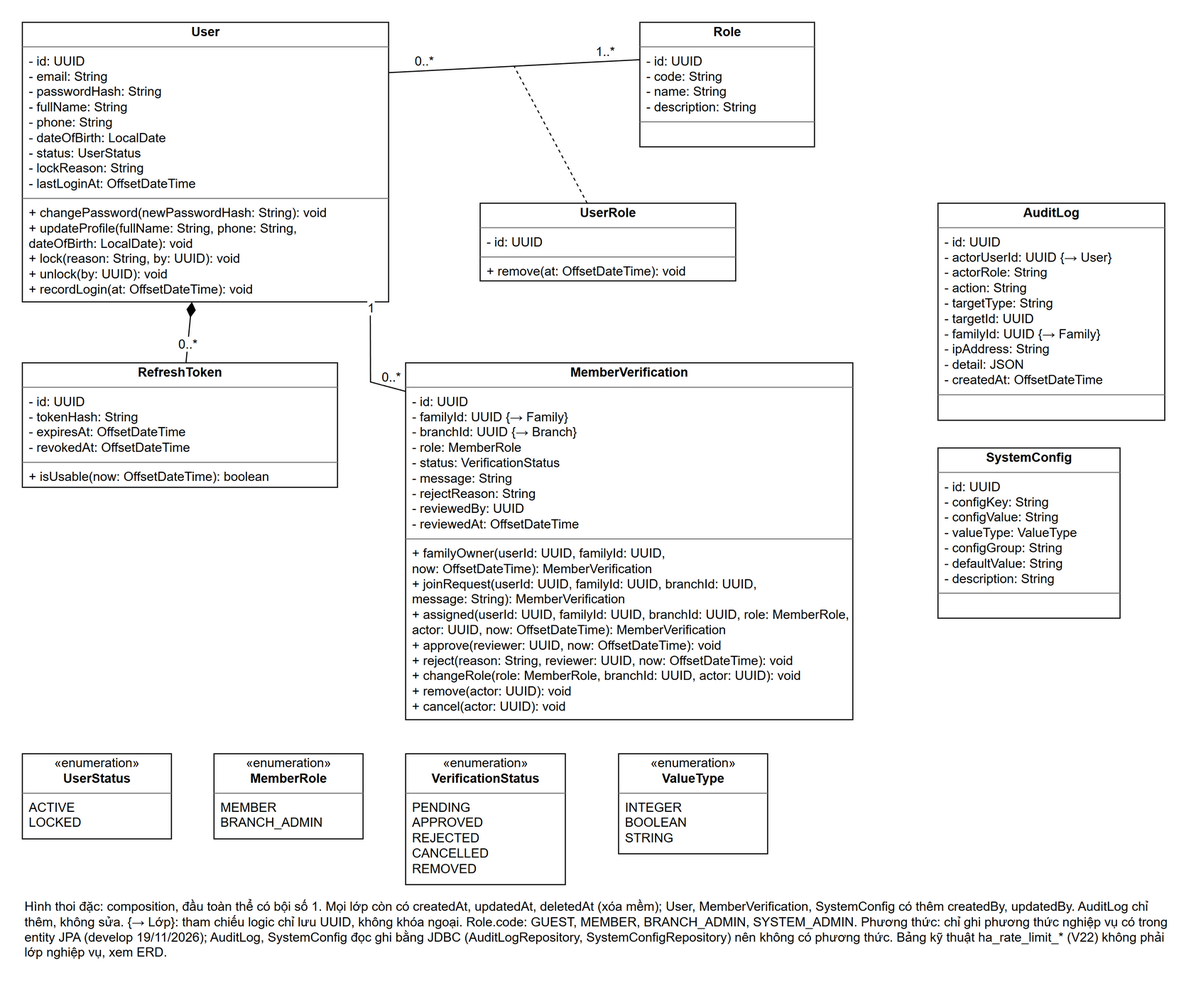
Earlier version of the draw.io export docs/images/class-auth.drawio.png (ngthanhtuann/ai-powered-digital-family-community-platform). Source tidied: cells renumbered, new cells last; positions are measured from the earlier drawing's top-left corner, leaving out a move shared by most shapes. Its diagram source:
```xml
<mxGraphModel background="#FFFFFF">
  <root>
    <mxCell id="0" />
    <mxCell id="1" parent="0" />
    <mxCell id="2" value="&lt;p style=&quot;margin:2px 0 0 0;text-align:center&quot;&gt;&lt;b&gt;User&lt;/b&gt;&lt;/p&gt;&lt;hr size=&quot;1&quot; style=&quot;border-style:solid;&quot;/&gt;&lt;p style=&quot;margin:2px 0 2px 6px&quot;&gt;- id: UUID&lt;br&gt;- email: String&lt;br&gt;- passwordHash: String&lt;br&gt;- fullName: String&lt;br&gt;- phone: String&lt;br&gt;- dateOfBirth: LocalDate&lt;br&gt;- status: UserStatus&lt;br&gt;- lockReason: String&lt;br&gt;- lastLoginAt: OffsetDateTime&lt;/p&gt;&lt;hr size=&quot;1&quot; style=&quot;border-style:solid;&quot;/&gt;&lt;p style=&quot;margin:2px 0 2px 6px&quot;&gt;+ changePassword(newPasswordHash: String): void&lt;br&gt;+ updateProfile(fullName: String, phone: String,&lt;br&gt;      dateOfBirth: LocalDate): void&lt;br&gt;+ lock(reason: String, by: UUID): void&lt;br&gt;+ unlock(by: UUID): void&lt;br&gt;+ recordLogin(at: OffsetDateTime): void&lt;/p&gt;" style="verticalAlign=top;align=left;overflow=fill;html=1;whiteSpace=nowrap;fillColor=#FFFFFF;strokeColor=#000000;fontFamily=Arial;fontSize=12;fontColor=#000000;" parent="1" vertex="1">
      <mxGeometry width="344" height="262.7" as="geometry" />
    </mxCell>
    <mxCell id="3" value="&lt;p style=&quot;margin:2px 0 0 0;text-align:center&quot;&gt;&lt;b&gt;Role&lt;/b&gt;&lt;/p&gt;&lt;hr size=&quot;1&quot; style=&quot;border-style:solid;&quot;/&gt;&lt;p style=&quot;margin:2px 0 2px 6px&quot;&gt;- id: UUID&lt;br&gt;- code: String&lt;br&gt;- name: String&lt;br&gt;- description: String&lt;/p&gt;&lt;hr size=&quot;1&quot; style=&quot;border-style:solid;&quot;/&gt;&lt;p style=&quot;margin:2px 0 2px 6px&quot;&gt;&amp;nbsp;&lt;/p&gt;" style="verticalAlign=top;align=left;overflow=fill;html=1;whiteSpace=nowrap;fillColor=#FFFFFF;strokeColor=#000000;fontFamily=Arial;fontSize=12;fontColor=#000000;" parent="1" vertex="1">
      <mxGeometry x="580" width="164" height="117" as="geometry" />
    </mxCell>
    <mxCell id="4" value="&lt;p style=&quot;margin:2px 0 0 0;text-align:center&quot;&gt;&lt;b&gt;UserRole&lt;/b&gt;&lt;/p&gt;&lt;hr size=&quot;1&quot; style=&quot;border-style:solid;&quot;/&gt;&lt;p style=&quot;margin:2px 0 2px 6px&quot;&gt;- id: UUID&lt;/p&gt;&lt;hr size=&quot;1&quot; style=&quot;border-style:solid;&quot;/&gt;&lt;p style=&quot;margin:2px 0 2px 6px&quot;&gt;+ remove(at: OffsetDateTime): void&lt;/p&gt;" style="verticalAlign=top;align=left;overflow=fill;html=1;whiteSpace=nowrap;fillColor=#FFFFFF;strokeColor=#000000;fontFamily=Arial;fontSize=12;fontColor=#000000;" parent="1" vertex="1">
      <mxGeometry x="430" y="170" width="240" height="73" as="geometry" />
    </mxCell>
    <mxCell id="5" value="&lt;p style=&quot;margin:2px 0 0 0;text-align:center&quot;&gt;&lt;b&gt;RefreshToken&lt;/b&gt;&lt;/p&gt;&lt;hr size=&quot;1&quot; style=&quot;border-style:solid;&quot;/&gt;&lt;p style=&quot;margin:2px 0 2px 6px&quot;&gt;- id: UUID&lt;br&gt;- tokenHash: String&lt;br&gt;- expiresAt: OffsetDateTime&lt;br&gt;- revokedAt: OffsetDateTime&lt;/p&gt;&lt;hr size=&quot;1&quot; style=&quot;border-style:solid;&quot;/&gt;&lt;p style=&quot;margin:2px 0 2px 6px&quot;&gt;+ isUsable(now: OffsetDateTime): boolean&lt;/p&gt;" style="verticalAlign=top;align=left;overflow=fill;html=1;whiteSpace=nowrap;fillColor=#FFFFFF;strokeColor=#000000;fontFamily=Arial;fontSize=12;fontColor=#000000;" parent="1" vertex="1">
      <mxGeometry y="320" width="296" height="117" as="geometry" />
    </mxCell>
    <mxCell id="6" value="&lt;p style=&quot;margin:2px 0 0 0;text-align:center&quot;&gt;&lt;b&gt;MemberVerification&lt;/b&gt;&lt;/p&gt;&lt;hr size=&quot;1&quot; style=&quot;border-style:solid;&quot;/&gt;&lt;p style=&quot;margin:2px 0 2px 6px&quot;&gt;- id: UUID&lt;br&gt;- familyId: UUID {→ Family}&lt;br&gt;- branchId: UUID {→ Branch}&lt;br&gt;- role: MemberRole&lt;br&gt;- status: VerificationStatus&lt;br&gt;- message: String&lt;br&gt;- rejectReason: String&lt;br&gt;- reviewedBy: UUID&lt;br&gt;- reviewedAt: OffsetDateTime&lt;/p&gt;&lt;hr size=&quot;1&quot; style=&quot;border-style:solid;&quot;/&gt;&lt;p style=&quot;margin:2px 0 2px 6px&quot;&gt;+ familyOwner(userId: UUID, familyId: UUID,&lt;br&gt;      now: OffsetDateTime): MemberVerification&lt;br&gt;+ joinRequest(userId: UUID, familyId: UUID, branchId: UUID,&lt;br&gt;      message: String): MemberVerification&lt;br&gt;+ assigned(userId: UUID, familyId: UUID, branchId: UUID, role: MemberRole,&lt;br&gt;      actor: UUID, now: OffsetDateTime): MemberVerification&lt;br&gt;+ approve(reviewer: UUID, now: OffsetDateTime): void&lt;br&gt;+ reject(reason: String, reviewer: UUID, now: OffsetDateTime): void&lt;br&gt;+ changeRole(role: MemberRole, branchId: UUID, actor: UUID): void&lt;br&gt;+ remove(actor: UUID): void&lt;br&gt;+ cancel(actor: UUID): void&lt;/p&gt;" style="verticalAlign=top;align=left;overflow=fill;html=1;whiteSpace=nowrap;fillColor=#FFFFFF;strokeColor=#000000;fontFamily=Arial;fontSize=12;fontColor=#000000;" parent="1" vertex="1">
      <mxGeometry x="360" y="320" width="420" height="335.4" as="geometry" />
    </mxCell>
    <mxCell id="7" value="&lt;p style=&quot;margin:2px 0 0 0;text-align:center&quot;&gt;&lt;b&gt;AuditLog&lt;/b&gt;&lt;/p&gt;&lt;hr size=&quot;1&quot; style=&quot;border-style:solid;&quot;/&gt;&lt;p style=&quot;margin:2px 0 2px 6px&quot;&gt;- id: UUID&lt;br&gt;- actorUserId: UUID {→ User}&lt;br&gt;- actorRole: String&lt;br&gt;- action: String&lt;br&gt;- targetType: String&lt;br&gt;- targetId: UUID&lt;br&gt;- familyId: UUID {→ Family}&lt;br&gt;- ipAddress: String&lt;br&gt;- detail: JSON&lt;br&gt;- createdAt: OffsetDateTime&lt;/p&gt;&lt;hr size=&quot;1&quot; style=&quot;border-style:solid;&quot;/&gt;&lt;p style=&quot;margin:2px 0 2px 6px&quot;&gt;&amp;nbsp;&lt;/p&gt;" style="verticalAlign=top;align=left;overflow=fill;html=1;whiteSpace=nowrap;fillColor=#FFFFFF;strokeColor=#000000;fontFamily=Arial;fontSize=12;fontColor=#000000;" parent="1" vertex="1">
      <mxGeometry x="860" y="170" width="213" height="204" as="geometry" />
    </mxCell>
    <mxCell id="8" value="&lt;p style=&quot;margin:2px 0 0 0;text-align:center&quot;&gt;&lt;b&gt;SystemConfig&lt;/b&gt;&lt;/p&gt;&lt;hr size=&quot;1&quot; style=&quot;border-style:solid;&quot;/&gt;&lt;p style=&quot;margin:2px 0 2px 6px&quot;&gt;- id: UUID&lt;br&gt;- configKey: String&lt;br&gt;- configValue: String&lt;br&gt;- valueType: ValueType&lt;br&gt;- configGroup: String&lt;br&gt;- defaultValue: String&lt;br&gt;- description: String&lt;/p&gt;&lt;hr size=&quot;1&quot; style=&quot;border-style:solid;&quot;/&gt;&lt;p style=&quot;margin:2px 0 2px 6px&quot;&gt;&amp;nbsp;&lt;/p&gt;" style="verticalAlign=top;align=left;overflow=fill;html=1;whiteSpace=nowrap;fillColor=#FFFFFF;strokeColor=#000000;fontFamily=Arial;fontSize=12;fontColor=#000000;" parent="1" vertex="1">
      <mxGeometry x="860" y="400" width="171" height="160" as="geometry" />
    </mxCell>
    <mxCell id="9" style="html=1;rounded=0;labelBackgroundColor=#FFFFFF;endSize=12;strokeColor=#000000;fontFamily=Arial;fontSize=12;fontColor=#000000;endArrow=none;exitX=1;exitY=0.18;exitDx=0;exitDy=0;entryX=0;entryY=0.3;entryDx=0;entryDy=0;" parent="1" edge="1" source="2" target="3">
      <mxGeometry relative="1" as="geometry" />
    </mxCell>
    <mxCell id="10" value="0..*" style="edgeLabel;html=1;align=center;verticalAlign=middle;labelBackgroundColor=#FFFFFF;fontFamily=Arial;fontSize=12;fontColor=#000000;" parent="9" vertex="1">
      <mxGeometry x="-0.72" relative="1" as="geometry">
        <mxPoint y="-10" as="offset" />
      </mxGeometry>
    </mxCell>
    <mxCell id="11" value="1..*" style="edgeLabel;html=1;align=center;verticalAlign=middle;labelBackgroundColor=#FFFFFF;fontFamily=Arial;fontSize=12;fontColor=#000000;" parent="9" vertex="1">
      <mxGeometry x="0.72" relative="1" as="geometry">
        <mxPoint y="-10" as="offset" />
      </mxGeometry>
    </mxCell>
    <mxCell id="12" style="endArrow=none;dashed=1;html=1;rounded=0;strokeColor=#000000;" parent="1" edge="1" source="4" target="9">
      <mxGeometry relative="1" as="geometry" />
    </mxCell>
    <mxCell id="13" style="html=1;rounded=0;labelBackgroundColor=#FFFFFF;endSize=12;strokeColor=#000000;fontFamily=Arial;fontSize=12;fontColor=#000000;endArrow=diamondThin;endFill=1;" parent="1" edge="1" source="5" target="2">
      <mxGeometry relative="1" as="geometry" />
    </mxCell>
    <mxCell id="14" value="0..*" style="edgeLabel;html=1;align=center;verticalAlign=middle;labelBackgroundColor=#FFFFFF;fontFamily=Arial;fontSize=12;fontColor=#000000;" parent="13" vertex="1">
      <mxGeometry x="-0.72" relative="1" as="geometry">
        <mxPoint y="-10" as="offset" />
      </mxGeometry>
    </mxCell>
    <mxCell id="15" style="html=1;rounded=0;labelBackgroundColor=#FFFFFF;endSize=12;strokeColor=#000000;fontFamily=Arial;fontSize=12;fontColor=#000000;endArrow=none;exitX=0;exitY=0.08;exitDx=0;exitDy=0;entryX=0.95;entryY=1;entryDx=0;entryDy=0;" parent="1" edge="1" source="6" target="2">
      <mxGeometry relative="1" as="geometry">
        <Array as="points">
          <mxPoint x="327" y="338" />
        </Array>
      </mxGeometry>
    </mxCell>
    <mxCell id="16" value="0..*" style="edgeLabel;html=1;align=center;verticalAlign=middle;labelBackgroundColor=#FFFFFF;fontFamily=Arial;fontSize=12;fontColor=#000000;" parent="15" vertex="1">
      <mxGeometry x="-0.72" relative="1" as="geometry">
        <mxPoint y="-10" as="offset" />
      </mxGeometry>
    </mxCell>
    <mxCell id="17" value="1" style="edgeLabel;html=1;align=center;verticalAlign=middle;labelBackgroundColor=#FFFFFF;fontFamily=Arial;fontSize=12;fontColor=#000000;" parent="15" vertex="1">
      <mxGeometry x="0.72" relative="1" as="geometry">
        <mxPoint y="-10" as="offset" />
      </mxGeometry>
    </mxCell>
    <mxCell id="18" value="&lt;p style=&quot;margin:2px 0 0 0;text-align:center&quot;&gt;«enumeration»&lt;br&gt;&lt;b&gt;UserStatus&lt;/b&gt;&lt;/p&gt;&lt;hr size=&quot;1&quot; style=&quot;border-style:solid;&quot;/&gt;&lt;p style=&quot;margin:2px 0 2px 6px&quot;&gt;ACTIVE&lt;br&gt;LOCKED&lt;/p&gt;" style="verticalAlign=top;align=left;overflow=fill;html=1;fillColor=#FFFFFF;strokeColor=#000000;fontFamily=Arial;fontSize=12;fontColor=#000000;" parent="1" vertex="1">
      <mxGeometry y="687.4" width="140" height="80" as="geometry" />
    </mxCell>
    <mxCell id="19" value="&lt;p style=&quot;margin:2px 0 0 0;text-align:center&quot;&gt;«enumeration»&lt;br&gt;&lt;b&gt;MemberRole&lt;/b&gt;&lt;/p&gt;&lt;hr size=&quot;1&quot; style=&quot;border-style:solid;&quot;/&gt;&lt;p style=&quot;margin:2px 0 2px 6px&quot;&gt;MEMBER&lt;br&gt;BRANCH_ADMIN&lt;/p&gt;" style="verticalAlign=top;align=left;overflow=fill;html=1;fillColor=#FFFFFF;strokeColor=#000000;fontFamily=Arial;fontSize=12;fontColor=#000000;" parent="1" vertex="1">
      <mxGeometry x="180" y="687.4" width="140" height="80" as="geometry" />
    </mxCell>
    <mxCell id="20" value="&lt;p style=&quot;margin:2px 0 0 0;text-align:center&quot;&gt;«enumeration»&lt;br&gt;&lt;b&gt;VerificationStatus&lt;/b&gt;&lt;/p&gt;&lt;hr size=&quot;1&quot; style=&quot;border-style:solid;&quot;/&gt;&lt;p style=&quot;margin:2px 0 2px 6px&quot;&gt;PENDING&lt;br&gt;APPROVED&lt;br&gt;REJECTED&lt;br&gt;CANCELLED&lt;br&gt;REMOVED&lt;/p&gt;" style="verticalAlign=top;align=left;overflow=fill;html=1;fillColor=#FFFFFF;strokeColor=#000000;fontFamily=Arial;fontSize=12;fontColor=#000000;" parent="1" vertex="1">
      <mxGeometry x="360" y="687.4" width="150" height="123" as="geometry" />
    </mxCell>
    <mxCell id="21" value="&lt;p style=&quot;margin:2px 0 0 0;text-align:center&quot;&gt;«enumeration»&lt;br&gt;&lt;b&gt;ValueType&lt;/b&gt;&lt;/p&gt;&lt;hr size=&quot;1&quot; style=&quot;border-style:solid;&quot;/&gt;&lt;p style=&quot;margin:2px 0 2px 6px&quot;&gt;INTEGER&lt;br&gt;BOOLEAN&lt;br&gt;STRING&lt;/p&gt;" style="verticalAlign=top;align=left;overflow=fill;html=1;fillColor=#FFFFFF;strokeColor=#000000;fontFamily=Arial;fontSize=12;fontColor=#000000;" parent="1" vertex="1">
      <mxGeometry x="560" y="687.4" width="140" height="94" as="geometry" />
    </mxCell>
    <mxCell id="22" value="Hình thoi đặc: composition, đầu toàn thể có bội số 1. Mọi lớp còn có createdAt, updatedAt, deletedAt (xóa mềm); User, MemberVerification, SystemConfig có thêm createdBy, updatedBy. AuditLog chỉ thêm, không sửa. {→ Lớp}: tham chiếu logic chỉ lưu UUID, không khóa ngoại. Role.code: GUEST, MEMBER, BRANCH_ADMIN, SYSTEM_ADMIN. Phương thức: chỉ ghi phương thức nghiệp vụ có trong entity JPA (develop 19/11/2026); AuditLog, SystemConfig đọc ghi bằng JDBC (AuditLogRepository, SystemConfigRepository) nên không có phương thức. Bảng kỹ thuật ha_rate_limit_* (V22) không phải lớp nghiệp vụ, xem ERD." style="text;html=1;whiteSpace=wrap;align=left;verticalAlign=top;fontFamily=Arial;fontSize=12;fontColor=#000000;" parent="1" vertex="1">
      <mxGeometry y="817.4" width="1080" height="60" as="geometry" />
    </mxCell>
  </root>
</mxGraphModel>
```
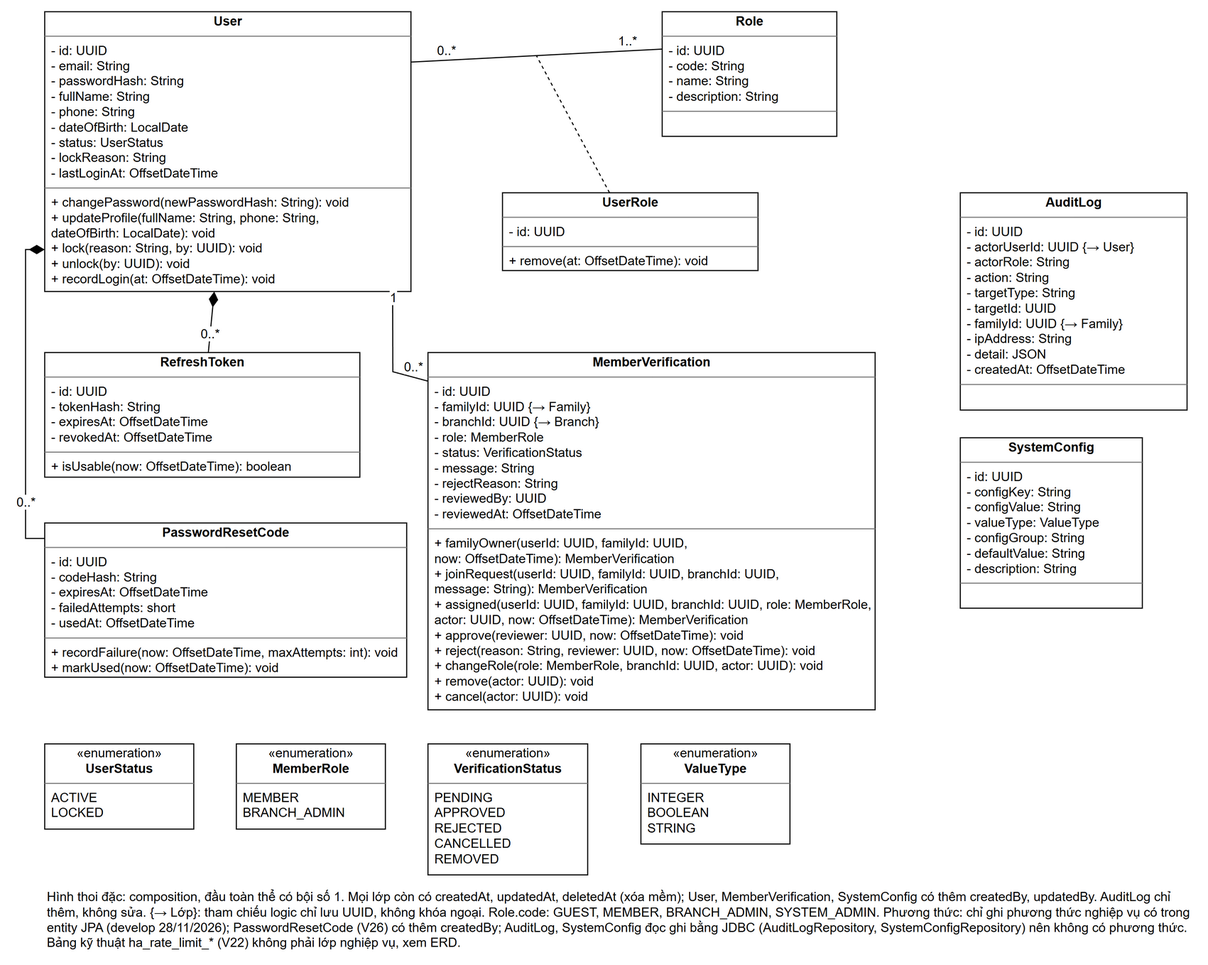
Above is the later version.

What changed in the source:
```diff
@@ -76,8 +76,24 @@
     <mxCell id="21" value="&lt;p style=&quot;margin:2px 0 0 0;text-align:center&quot;&gt;«enumeration»&lt;br&gt;&lt;b&gt;ValueType&lt;/b&gt;&lt;/p&gt;&lt;hr size=&quot;1&quot; style=&quot;border-style:solid;&quot;/&gt;&lt;p style=&quot;margin:2px 0 2px 6px&quot;&gt;INTEGER&lt;br&gt;BOOLEAN&lt;br&gt;STRING&lt;/p&gt;" style="verticalAlign=top;align=left;overflow=fill;html=1;fillColor=#FFFFFF;strokeColor=#000000;fontFamily=Arial;fontSize=12;fontColor=#000000;" parent="1" vertex="1">
       <mxGeometry x="560" y="687.4" width="140" height="94" as="geometry" />
     </mxCell>
-    <mxCell id="22" value="Hình thoi đặc: composition, đầu toàn thể có bội số 1. Mọi lớp còn có createdAt, updatedAt, deletedAt (xóa mềm); User, MemberVerification, SystemConfig có thêm createdBy, updatedBy. AuditLog chỉ thêm, không sửa. {→ Lớp}: tham chiếu logic chỉ lưu UUID, không khóa ngoại. Role.code: GUEST, MEMBER, BRANCH_ADMIN, SYSTEM_ADMIN. Phương thức: chỉ ghi phương thức nghiệp vụ có trong entity JPA (develop 19/11/2026); AuditLog, SystemConfig đọc ghi bằng JDBC (AuditLogRepository, SystemConfigRepository) nên không có phương thức. Bảng kỹ thuật ha_rate_limit_* (V22) không phải lớp nghiệp vụ, xem ERD." style="text;html=1;whiteSpace=wrap;align=left;verticalAlign=top;fontFamily=Arial;fontSize=12;fontColor=#000000;" parent="1" vertex="1">
+    <mxCell id="22" value="Hình thoi đặc: composition, đầu toàn thể có bội số 1. Mọi lớp còn có createdAt, updatedAt, deletedAt (xóa mềm); User, MemberVerification, SystemConfig có thêm createdBy, updatedBy. AuditLog chỉ thêm, không sửa. {→ Lớp}: tham chiếu logic chỉ lưu UUID, không khóa ngoại. Role.code: GUEST, MEMBER, BRANCH_ADMIN, SYSTEM_ADMIN. Phương thức: chỉ ghi phương thức nghiệp vụ có trong entity JPA (develop 28/11/2026); PasswordResetCode (V26) có thêm createdBy; AuditLog, SystemConfig đọc ghi bằng JDBC (AuditLogRepository, SystemConfigRepository) nên không có phương thức. Bảng kỹ thuật ha_rate_limit_* (V22) không phải lớp nghiệp vụ, xem ERD." style="text;html=1;whiteSpace=wrap;align=left;verticalAlign=top;fontFamily=Arial;fontSize=12;fontColor=#000000;" parent="1" vertex="1">
       <mxGeometry y="817.4" width="1080" height="60" as="geometry" />
     </mxCell>
+    <mxCell id="23" value="&lt;p style=&quot;margin:2px 0 0 0;text-align:center&quot;&gt;&lt;b&gt;PasswordResetCode&lt;/b&gt;&lt;/p&gt;&lt;hr size=&quot;1&quot; style=&quot;border-style:solid;&quot;/&gt;&lt;p style=&quot;margin:2px 0 2px 6px&quot;&gt;- id: UUID&lt;br&gt;- codeHash: String&lt;br&gt;- expiresAt: OffsetDateTime&lt;br&gt;- failedAttempts: short&lt;br&gt;- usedAt: OffsetDateTime&lt;/p&gt;&lt;hr size=&quot;1&quot; style=&quot;border-style:solid;&quot;/&gt;&lt;p style=&quot;margin:2px 0 2px 6px&quot;&gt;+ recordFailure(now: OffsetDateTime, maxAttempts: int): void&lt;br&gt;+ markUsed(now: OffsetDateTime): void&lt;/p&gt;" style="verticalAlign=top;align=left;overflow=fill;html=1;whiteSpace=nowrap;fillColor=#FFFFFF;strokeColor=#000000;fontFamily=Arial;fontSize=12;fontColor=#000000;" parent="1" vertex="1">
+      <mxGeometry y="480" width="340" height="144.8" as="geometry" />
+    </mxCell>
+    <mxCell id="24" style="html=1;rounded=0;labelBackgroundColor=#FFFFFF;endSize=12;strokeColor=#000000;fontFamily=Arial;fontSize=12;fontColor=#000000;endArrow=diamondThin;endFill=1;edgeStyle=orthogonalEdgeStyle;exitX=0;exitY=0.1;exitDx=0;exitDy=0;entryX=0;entryY=0.85;entryDx=0;entryDy=0;" parent="1" edge="1" source="23" target="2">
+      <mxGeometry relative="1" as="geometry">
+        <Array as="points">
+          <mxPoint x="-18" y="495" />
+          <mxPoint x="-18" y="223" />
+        </Array>
+      </mxGeometry>
+    </mxCell>
+    <mxCell id="25" value="0..*" style="edgeLabel;html=1;align=center;verticalAlign=middle;labelBackgroundColor=#FFFFFF;fontFamily=Arial;fontSize=12;fontColor=#000000;" parent="24" vertex="1">
+      <mxGeometry x="-0.72" relative="1" as="geometry">
+        <mxPoint y="-10" as="offset" />
+      </mxGeometry>
+    </mxCell>
   </root>
 </mxGraphModel>
```
